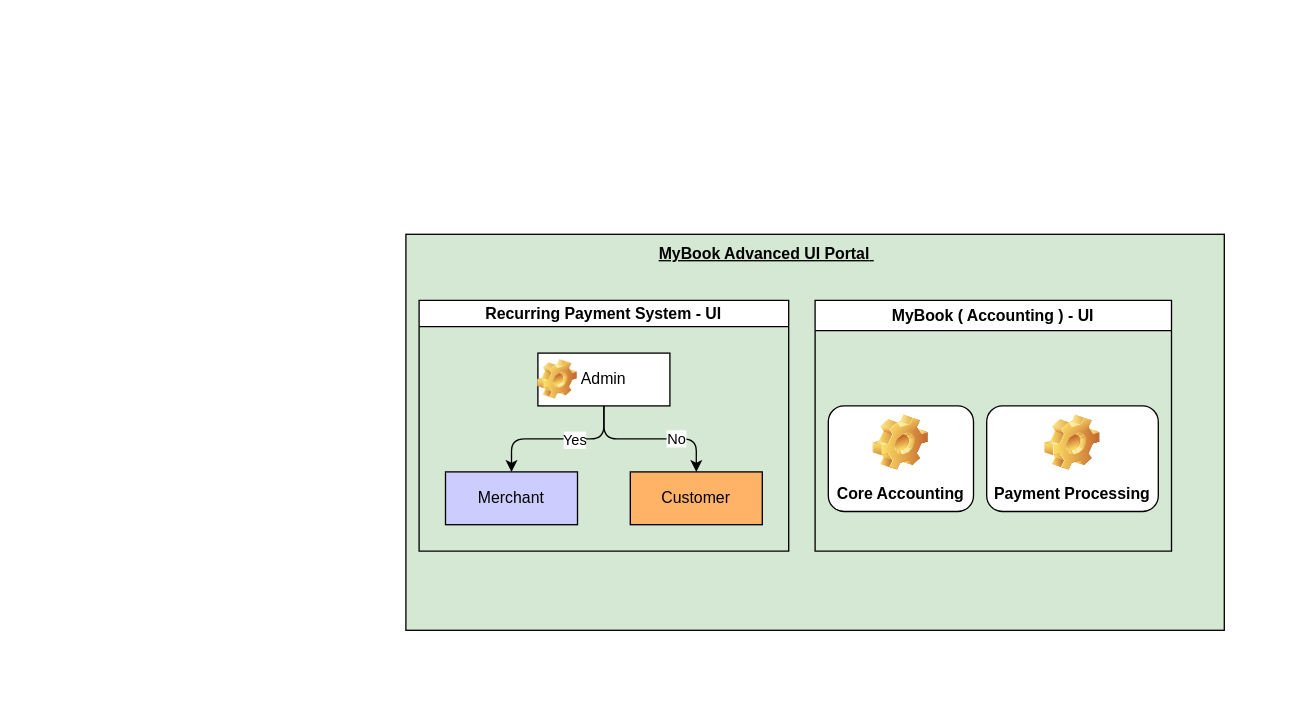
Before: Untitled Diagram.drawio in kk-ecu/tobedeleted, a draw.io diagram. Source tidied: cells renumbered, new cells numbered last; positions are measured from the earlier drawing's top-left corner, leaving out a move shared by most shapes. Both pictures are drawn from the tidied source at 132%, with x=0, y=0 at pixel (405, 234). Pictures stored in the file or linked from it are replaced by grey dashed boxes.
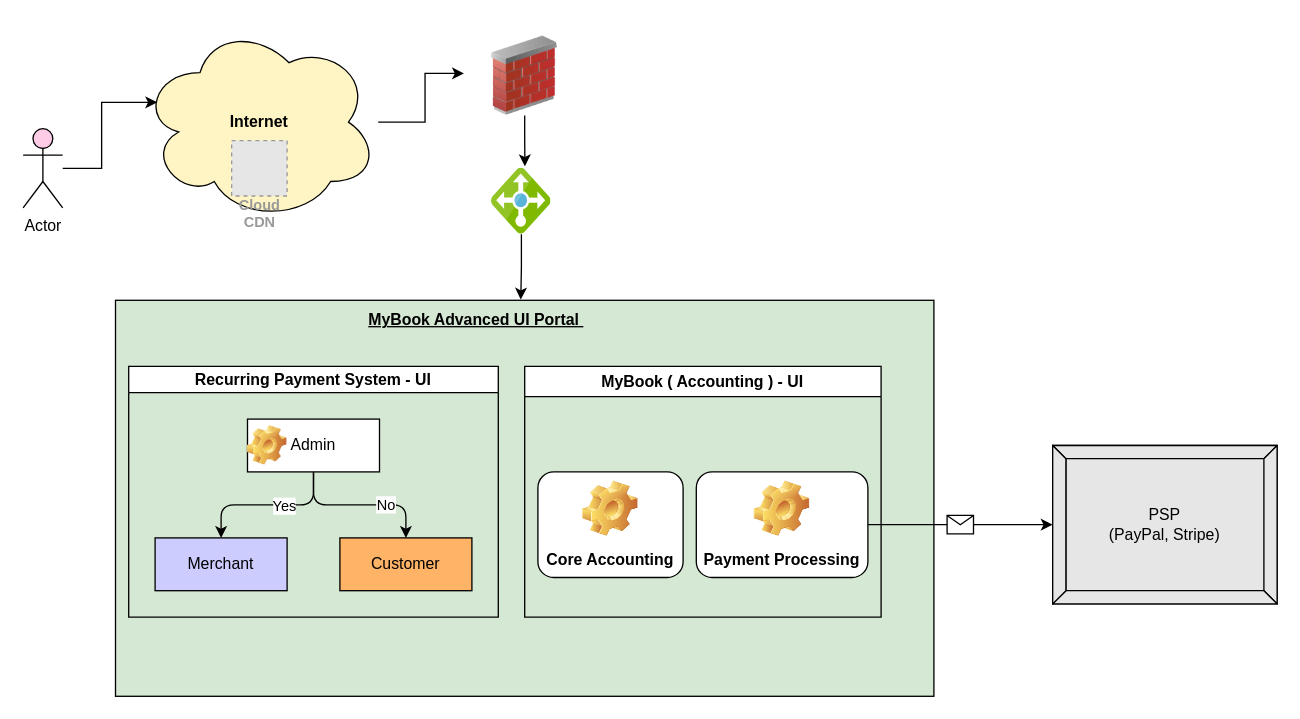
Above is the later version.

Unchanged cells that the change refers to:
```xml
<mxCell id="15" value="Payment Processing" style="label;whiteSpace=wrap;html=1;align=center;verticalAlign=bottom;spacingLeft=0;spacingBottom=4;imageAlign=center;imageVerticalAlign=top;image=img/clipart/Gear_128x128.png;" parent="13" vertex="1">
  <mxGeometry x="130" y="80" width="130" height="80" as="geometry" />
</mxCell>
```

Diff of the diagram source:
```diff
@@
+    <mxCell id="16" value="&lt;div style=&quot;text-align: justify;&quot;&gt;&lt;b style=&quot;background-color: initial;&quot;&gt;Internet&lt;/b&gt;&lt;/div&gt;" style="ellipse;shape=cloud;whiteSpace=wrap;html=1;fillColor=#FFF4C3;align=center;" parent="1" vertex="1">
+      <mxGeometry x="-201" y="-160" width="180" height="150" as="geometry" />
+    </mxCell>
+    <mxCell id="17" value="Cloud&#10;CDN" style="fillColor=#E6E6E6;strokeColor=#999999;dashed=1;html=1;verticalAlign=top;labelPosition=center;verticalLabelPosition=bottom;align=center;spacingTop=-6;fontSize=11;fontStyle=1;fontColor=#999999;" parent="1" vertex="1">
+      <mxGeometry x="-132" y="-71" width="42" height="42" as="geometry" />
+    </mxCell>
+    <mxCell id="18" style="image;sketch=0;html=1;points=[];align=center;fontSize=12;image=img/lib/mscae/Load_Balancer_feature.svg;" parent="1" vertex="1">
+      <mxGeometry x="65" y="-50" width="45" height="50" as="geometry" />
+    </mxCell>
+    <mxCell id="19" value="Actor" style="shape=umlActor;verticalLabelPosition=bottom;verticalAlign=top;html=1;outlineConnect=0;fillColor=#FFCCE6;" parent="1" vertex="1">
+      <mxGeometry x="-290" y="-80" width="30" height="60" as="geometry" />
+    </mxCell>
+    <mxCell id="20" style="group;" parent="1" vertex="1">
+      <mxGeometry x="-220" y="50" width="620" height="300" as="geometry" />
+    </mxCell>
-    <mxCell id="2" style="rounded=0;whiteSpace=wrap;html=1;fillColor=#D5E8D4;" parent="1" vertex="1">
+    <mxCell id="2" style="rounded=0;whiteSpace=wrap;html=1;fillColor=#D5E8D4;" parent="20" vertex="1">
       <mxGeometry width="620" height="300" as="geometry" />
     </mxCell>
-    <mxCell id="3" value="&lt;div style=&quot;&quot;&gt;&lt;span style=&quot;background-color: initial;&quot;&gt;MyBook Advanced UI Portal&lt;/span&gt;&lt;span style=&quot;background-color: initial; text-wrap: nowrap; color: rgba(0, 0, 0, 0); font-family: monospace; font-size: 0px;&quot;&gt;%3 CmxGraphModel%3E%3Croot%3E%3CmxCell%20id%3D%220%22%2F%3E%3CmxCell%20id%3D%221%22%20parent%3D%220%22%2F%3E%3CmxCell%20id%3D%222%22%20value%3D%22c%22%20style%3D%22ellipse%3BwhiteSpace%3Dwrap%3Bhtml%3D1%3B%22%20vertex%3D%221%22%20parent%3D%221%22%3E%3CmxGeometry%20x%3D%22340%22%20y%3D%22470%22%20width%3D%2210%22%20height%3D%2210%22%20as%3D%22geometry%22%2F%3E%3C%2FmxCell%3E%3C%2Froot%3E%3C%2FmxGraphModel%3E&lt;/span&gt;&lt;span style=&quot;background-color: initial;&quot;&gt;&amp;nbsp;&lt;/span&gt;&lt;/div&gt;" style="text;html=1;align=left;verticalAlign=middle;whiteSpace=wrap;rounded=1;fontStyle=5;" parent="1" vertex="1">
+    <mxCell id="3" value="&lt;div style=&quot;&quot;&gt;&lt;span style=&quot;background-color: initial;&quot;&gt;MyBook Advanced UI Portal&lt;/span&gt;&lt;span style=&quot;background-color: initial; text-wrap: nowrap; color: rgba(0, 0, 0, 0); font-family: monospace; font-size: 0px;&quot;&gt;%3 CmxGraphModel%3E%3Croot%3E%3CmxCell%20id%3D%220%22%2F%3E%3CmxCell%20id%3D%221%22%20parent%3D%220%22%2F%3E%3CmxCell%20id%3D%222%22%20value%3D%22c%22%20style%3D%22ellipse%3BwhiteSpace%3Dwrap%3Bhtml%3D1%3B%22%20vertex%3D%221%22%20parent%3D%221%22%3E%3CmxGeometry%20x%3D%22340%22%20y%3D%22470%22%20width%3D%2210%22%20height%3D%2210%22%20as%3D%22geometry%22%2F%3E%3C%2FmxCell%3E%3C%2Froot%3E%3C%2FmxGraphModel%3E&lt;/span&gt;&lt;span style=&quot;background-color: initial;&quot;&gt;&amp;nbsp;&lt;/span&gt;&lt;/div&gt;" style="text;html=1;align=left;verticalAlign=middle;whiteSpace=wrap;rounded=1;fontStyle=5;" parent="20" vertex="1">
       <mxGeometry x="190" width="190" height="30" as="geometry" />
     </mxCell>
-    <mxCell id="4" value="Recurring Payment System - UI" style="swimlane;startSize=20;horizontal=1;horizontalTree=0;containerType=tree;fontSize=12;" parent="1" vertex="1">
+    <mxCell id="4" value="Recurring Payment System - UI" style="swimlane;startSize=20;horizontal=1;horizontalTree=0;containerType=tree;fontSize=12;" parent="20" vertex="1">
       <mxGeometry x="10" y="50" width="280" height="190" as="geometry" />
     </mxCell>
@@
-    <mxCell id="13" value="MyBook ( Accounting ) - UI" style="swimlane;" parent="1" vertex="1">
+    <mxCell id="13" value="MyBook ( Accounting ) - UI" style="swimlane;" parent="20" vertex="1">
       <mxGeometry x="310" y="50" width="270" height="190" as="geometry" />
     </mxCell>
@@
+    <mxCell id="21" style="edgeStyle=orthogonalEdgeStyle;rounded=0;jettySize=auto;html=1;entryX=0.07;entryY=0.4;entryDx=0;entryDy=0;entryPerimeter=0;" parent="1" edge="1" source="19" target="16">
+      <mxGeometry relative="1" as="geometry" />
+    </mxCell>
+    <mxCell id="22" style="edgeStyle=orthogonalEdgeStyle;rounded=0;orthogonalLoop=1;jettySize=auto;html=1;exitX=0.5;exitY=1;exitDx=0;exitDy=0;" parent="1" edge="1" source="17" target="17">
+      <mxGeometry relative="1" as="geometry" />
+    </mxCell>
+    <mxCell id="23" style="image;html=1;image=img/lib/clip_art/networking/Firewall_02_128x128.png;" parent="1" vertex="1">
+      <mxGeometry x="50" y="-150" width="80" height="60" as="geometry" />
+    </mxCell>
+    <mxCell id="24" style="edgeStyle=orthogonalEdgeStyle;rounded=0;jettySize=auto;html=1;entryX=-0.075;entryY=0.469;entryDx=0;entryDy=0;entryPerimeter=0;" parent="1" edge="1" source="16" target="23">
+      <mxGeometry relative="1" as="geometry" />
+    </mxCell>
+    <mxCell id="25" style="edgeStyle=orthogonalEdgeStyle;rounded=0;jettySize=auto;html=1;entryX=0.56;entryY=-0.03;entryDx=0;entryDy=0;entryPerimeter=0;" parent="1" edge="1" source="23" target="18">
+      <mxGeometry relative="1" as="geometry" />
+    </mxCell>
+    <mxCell id="26" style="edgeStyle=orthogonalEdgeStyle;rounded=0;jettySize=auto;html=1;entryX=0.616;entryY=-0.017;entryDx=0;entryDy=0;entryPerimeter=0;" parent="1" edge="1" source="18" target="3">
+      <mxGeometry relative="1" as="geometry" />
+    </mxCell>
+    <mxCell id="27" value="PSP&lt;div&gt;(PayPal, Stripe)&lt;/div&gt;" style="labelPosition=center;verticalLabelPosition=middle;align=center;html=1;shape=mxgraph.basic.button;dx=10;whiteSpace=wrap;fillColor=#E6E6E6;" parent="1" vertex="1">
+      <mxGeometry x="490" y="160" width="170" height="120" as="geometry" />
+    </mxCell>
+    <mxCell id="28" style="endArrow=classic;html=1;rounded=0;entryX=0;entryY=0.5;entryDx=0;entryDy=0;entryPerimeter=0;exitX=1;exitY=0.5;exitDx=0;exitDy=0;" parent="1" edge="1" source="15" target="27">
+      <mxGeometry relative="1" as="geometry" />
+    </mxCell>
+    <mxCell id="29" style="shape=message;html=1;" parent="28" vertex="1">
+      <mxGeometry width="20" height="14" relative="1" as="geometry">
+        <mxPoint x="-10" y="-7" as="offset" />
+      </mxGeometry>
+    </mxCell>
```
